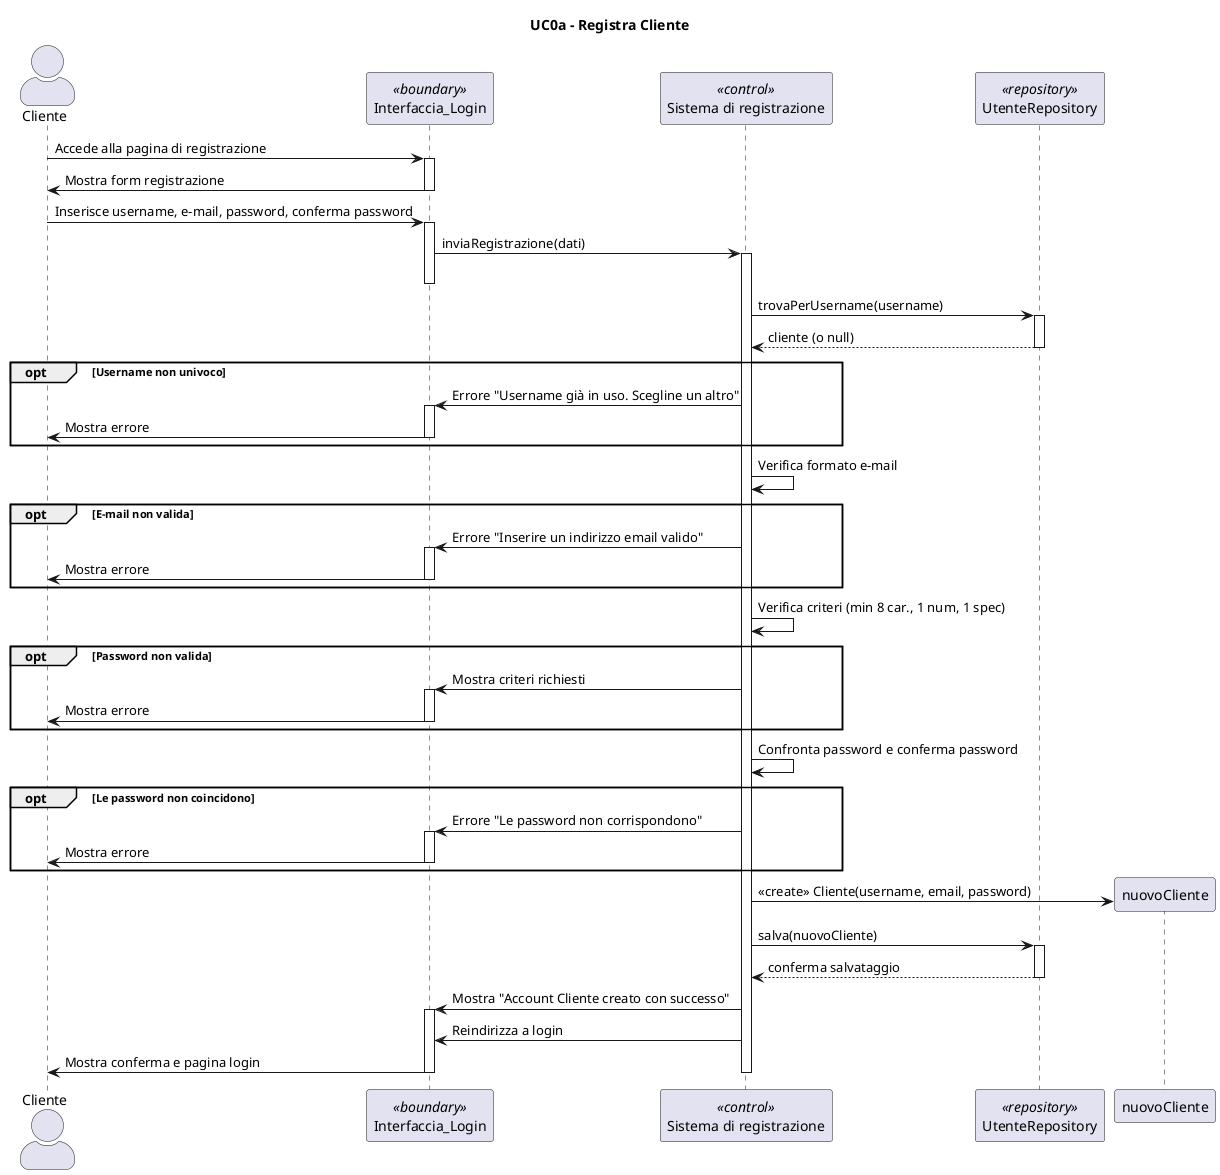
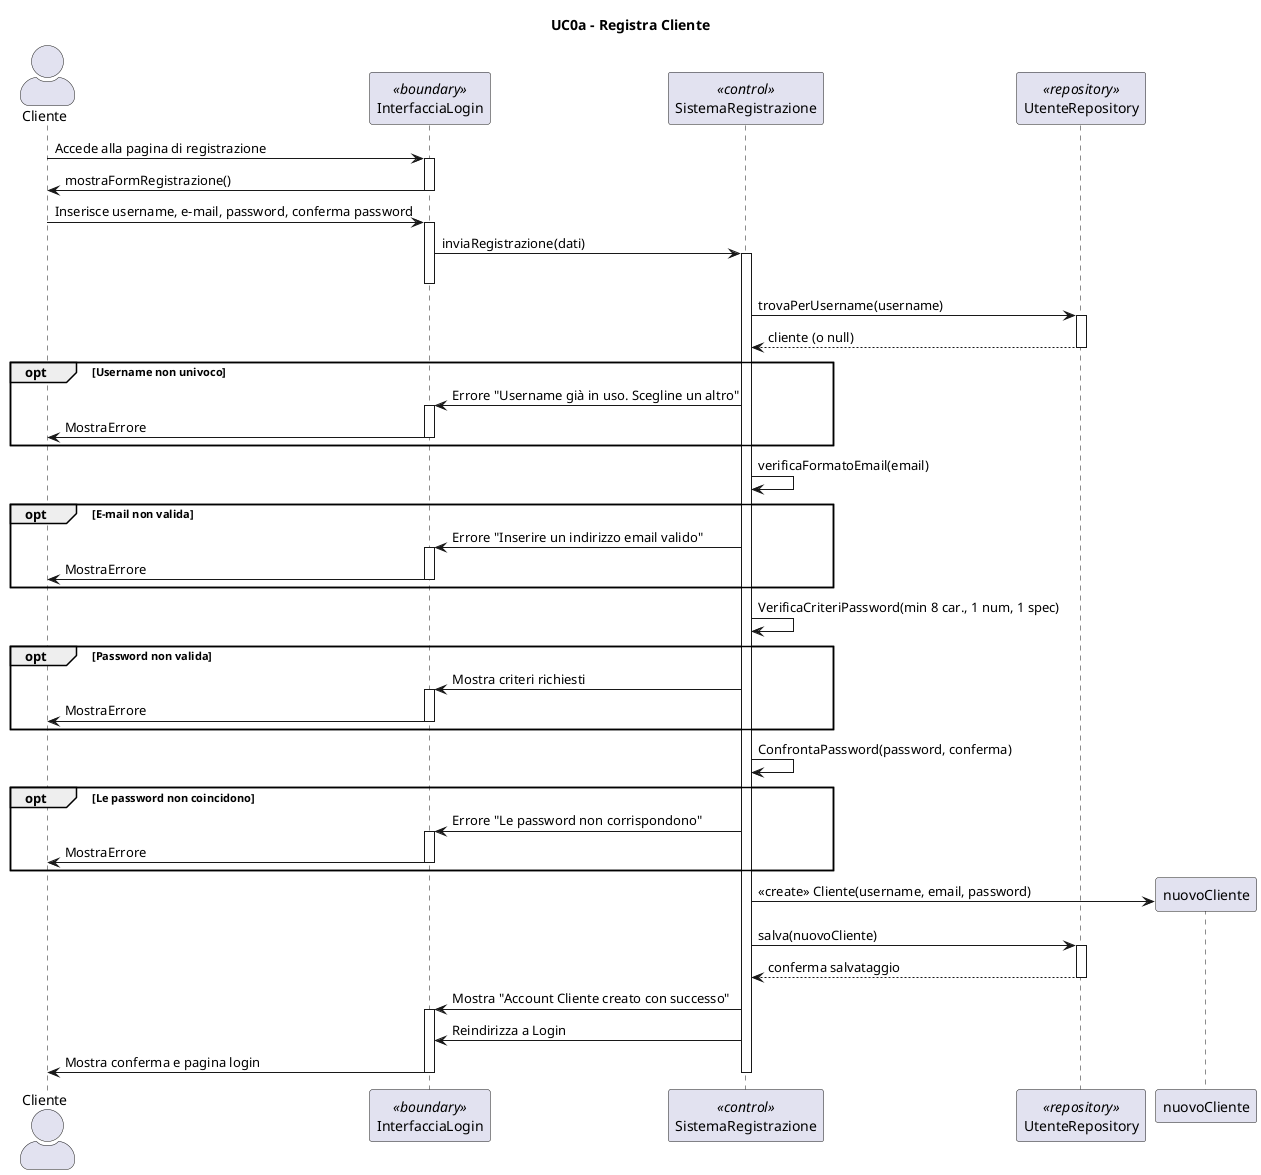
﻿@startuml
title UC0a - Registra Cliente
skinparam actorStyle awesome
actor Cliente

- participant "Interfaccia_Login" <<boundary>>
- participant "Sistema di registrazione" as Sistema <<control>>
+ participant "InterfacciaLogin" <<boundary>>
+ participant "SistemaRegistrazione" as Sistema <<control>>
participant "UtenteRepository" as Repo <<repository>>


- Cliente -> Interfaccia_Login : Accede alla pagina di registrazione
- activate Interfaccia_Login
- Interfaccia_Login -> Cliente : Mostra form registrazione
- deactivate Interfaccia_Login
+ Cliente -> InterfacciaLogin : Accede alla pagina di registrazione
+ activate InterfacciaLogin
+ InterfacciaLogin -> Cliente : mostraFormRegistrazione()
+ deactivate InterfacciaLogin

- Cliente -> Interfaccia_Login : Inserisce username, e-mail, password, conferma password
- activate Interfaccia_Login
- Interfaccia_Login -> Sistema : inviaRegistrazione(dati)
+ Cliente -> InterfacciaLogin : Inserisce username, e-mail, password, conferma password
+ activate InterfacciaLogin
+ InterfacciaLogin -> Sistema : inviaRegistrazione(dati)
activate Sistema
- deactivate Interfaccia_Login
+ deactivate InterfacciaLogin


Sistema -> Repo : trovaPerUsername(username)
activate Repo
Repo --> Sistema : cliente (o null)
deactivate Repo

opt Username non univoco
-     Sistema -> Interfaccia_Login : Errore "Username già in uso. Scegline un altro"
-     activate Interfaccia_Login
-     Interfaccia_Login -> Cliente : Mostra errore
-     deactivate Interfaccia_Login
+     Sistema -> InterfacciaLogin : Errore "Username già in uso. Scegline un altro"
+     activate InterfacciaLogin
+     InterfacciaLogin -> Cliente : MostraErrore
+     deactivate InterfacciaLogin
end


- Sistema -> Sistema : Verifica formato e-mail
+ Sistema -> Sistema : verificaFormatoEmail(email)
opt E-mail non valida
-     Sistema -> Interfaccia_Login : Errore "Inserire un indirizzo email valido"
-     activate Interfaccia_Login
-     Interfaccia_Login -> Cliente : Mostra errore
-     deactivate Interfaccia_Login
+     Sistema -> InterfacciaLogin : Errore "Inserire un indirizzo email valido"
+     activate InterfacciaLogin
+     InterfacciaLogin -> Cliente : MostraErrore
+     deactivate InterfacciaLogin
end


- Sistema -> Sistema : Verifica criteri (min 8 car., 1 num, 1 spec)
+ Sistema -> Sistema : VerificaCriteriPassword(min 8 car., 1 num, 1 spec)
opt Password non valida
-     Sistema -> Interfaccia_Login : Mostra criteri richiesti
-     activate Interfaccia_Login
-     Interfaccia_Login -> Cliente : Mostra errore
-     deactivate Interfaccia_Login
+     Sistema -> InterfacciaLogin : Mostra criteri richiesti
+     activate InterfacciaLogin
+     InterfacciaLogin -> Cliente : MostraErrore
+     deactivate InterfacciaLogin
end


- Sistema -> Sistema : Confronta password e conferma password
+ Sistema -> Sistema : ConfrontaPassword(password, conferma)
opt Le password non coincidono
-     Sistema -> Interfaccia_Login : Errore "Le password non corrispondono"
-     activate Interfaccia_Login
-     Interfaccia_Login -> Cliente : Mostra errore
-     deactivate Interfaccia_Login
+     Sistema -> InterfacciaLogin : Errore "Le password non corrispondono"
+     activate InterfacciaLogin
+     InterfacciaLogin -> Cliente : MostraErrore
+     deactivate InterfacciaLogin
end


create nuovoCliente
Sistema -> nuovoCliente : <<create>> Cliente(username, email, password)

Sistema -> Repo : salva(nuovoCliente)
activate Repo
Repo --> Sistema : conferma salvataggio
deactivate Repo


- Sistema -> Interfaccia_Login : Mostra "Account Cliente creato con successo"
- activate Interfaccia_Login
- Sistema -> Interfaccia_Login : Reindirizza a login
- Interfaccia_Login -> Cliente : Mostra conferma e pagina login
- deactivate Interfaccia_Login
+ Sistema -> InterfacciaLogin : Mostra "Account Cliente creato con successo"
+ activate InterfacciaLogin
+ Sistema -> InterfacciaLogin : Reindirizza a Login
+ InterfacciaLogin -> Cliente : Mostra conferma e pagina login
+ deactivate InterfacciaLogin

deactivate Sistema

@enduml



